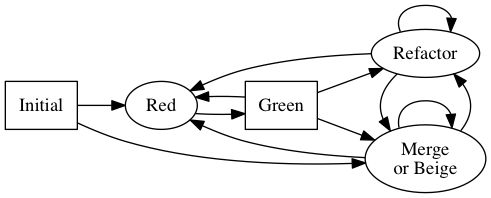
Earlier version of the Graphviz export graph/commit-states.png (matatk/tdd-bdd-commit). Its source is kept beside it as graph/commit-states.dot.
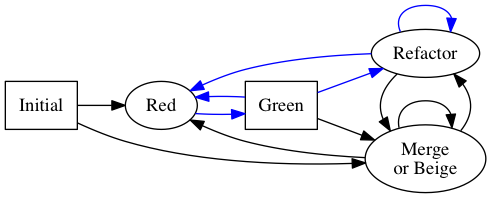
The same file after the commit.

Diff of the diagram source:
```diff
@@ -14,17 +14,17 @@
 	initial -> red;
 	initial -> mb [constraint=false];
 
-	red -> green;
+	red -> green [color=blue];
 
-	green -> red;
+	green -> red [color=blue];
 	green -> mb;
-	green -> refactor;
+	green -> refactor [color=blue];
 
 	mb -> red;
 	mb -> refactor;
 	mb -> mb;
 
-	refactor -> red;
-	refactor -> refactor;
+	refactor -> red [color=blue];
+	refactor -> refactor [color=blue];
 	refactor -> mb;
 }
```
